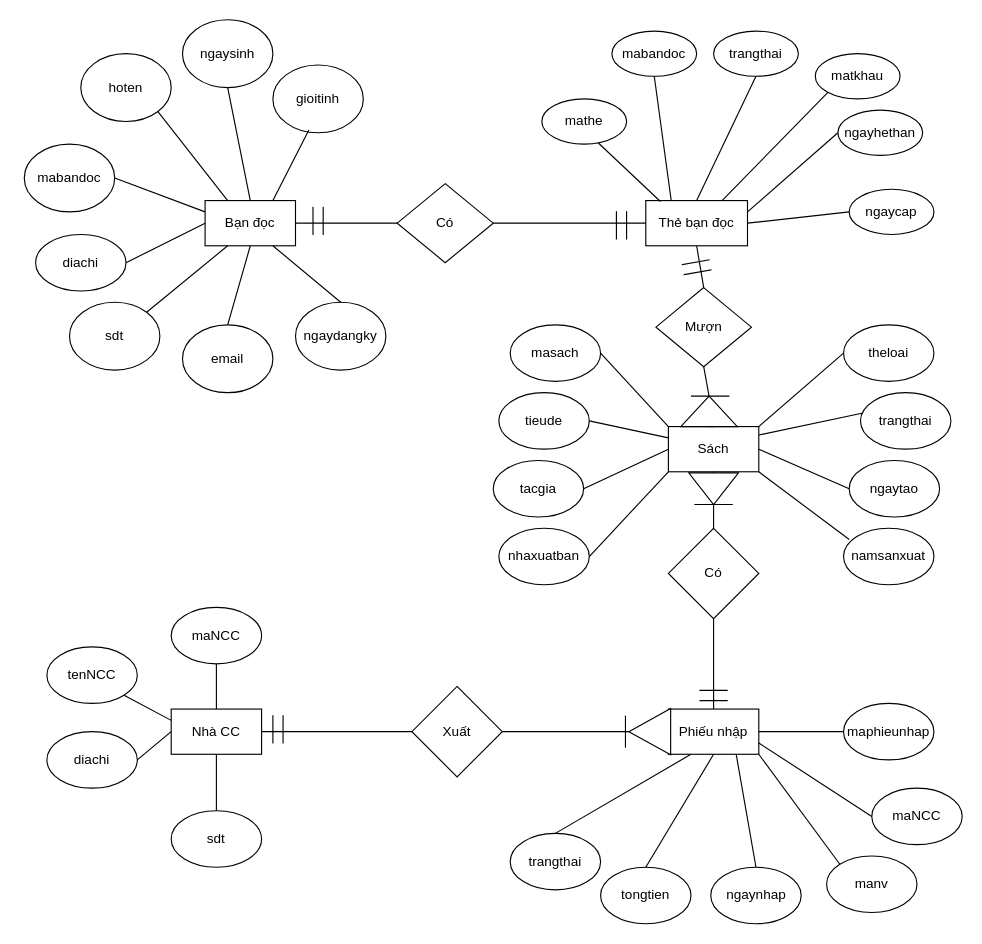
The draw.io diagram page "Sơ đồ thực thể liên kết" (9 of 9) of Nhóm 1.drawio in Nguyenquynh235/DoAnNhom1, before the edit. Source tidied: cells renumbered, new cells numbered last; positions are measured from the earlier drawing's top-left corner, leaving out a move shared by most shapes. Both pictures are drawn from the tidied source at 113%, with x=0, y=0 at pixel (24, 19).
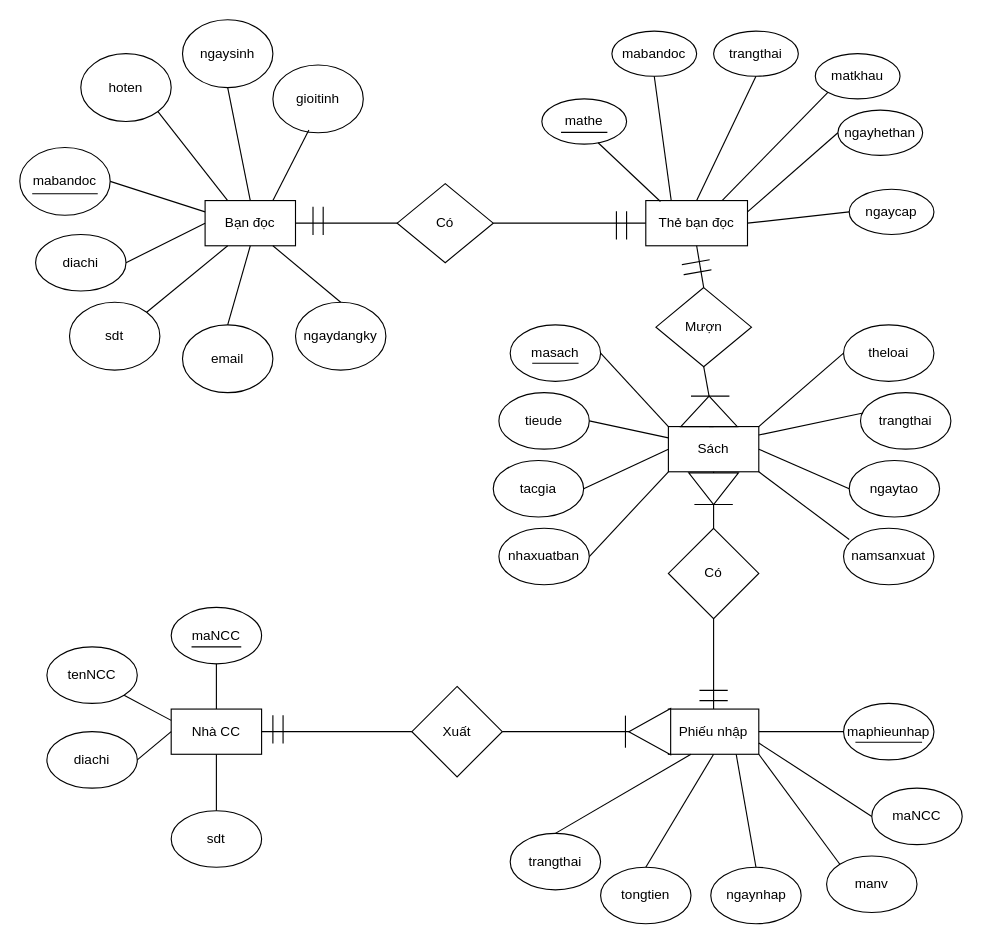
The same page after the edit.

The edit, as a diff of the source:
```diff
@@
     <mxCell id="7" value="mabandoc" style="ellipse;whiteSpace=wrap;html=1;" parent="1" vertex="1">
-      <mxGeometry y="110" width="80" height="60" as="geometry" />
+      <mxGeometry x="-4" y="113" width="80" height="60" as="geometry" />
     </mxCell>
@@
+    <mxCell id="96" style="endArrow=none;html=1;rounded=0;" parent="1" edge="1">
+      <mxGeometry relative="1" as="geometry">
+        <mxPoint x="7" y="154" as="sourcePoint" />
+        <mxPoint x="65" y="154" as="targetPoint" />
+      </mxGeometry>
+    </mxCell>
+    <mxCell id="97" style="endArrow=none;html=1;rounded=0;" parent="1" edge="1">
+      <mxGeometry relative="1" as="geometry">
+        <mxPoint x="475" y="99.7" as="sourcePoint" />
+        <mxPoint x="516" y="99.7" as="targetPoint" />
+      </mxGeometry>
+    </mxCell>
+    <mxCell id="98" style="endArrow=none;html=1;rounded=0;" parent="1" edge="1">
+      <mxGeometry relative="1" as="geometry">
+        <mxPoint x="449.5" y="304" as="sourcePoint" />
+        <mxPoint x="490.5" y="304" as="targetPoint" />
+      </mxGeometry>
+    </mxCell>
+    <mxCell id="99" style="endArrow=none;html=1;rounded=0;" parent="1" edge="1">
+      <mxGeometry relative="1" as="geometry">
+        <mxPoint x="735.5" y="639.4" as="sourcePoint" />
+        <mxPoint x="794.5" y="639.4" as="targetPoint" />
+      </mxGeometry>
+    </mxCell>
+    <mxCell id="100" style="endArrow=none;html=1;rounded=0;" parent="1" edge="1">
+      <mxGeometry relative="1" as="geometry">
+        <mxPoint x="148" y="555" as="sourcePoint" />
+        <mxPoint x="192" y="555" as="targetPoint" />
+      </mxGeometry>
+    </mxCell>
```
